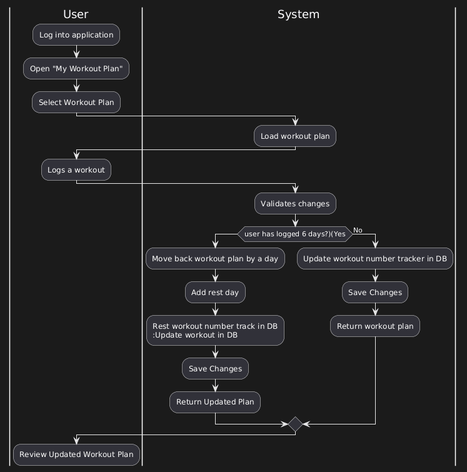
Above: design/activity-diagrams/TC-07 Rest Day Suggestion.png in kevinru2023/Legion-Of-Code (PlantUML), before the change.
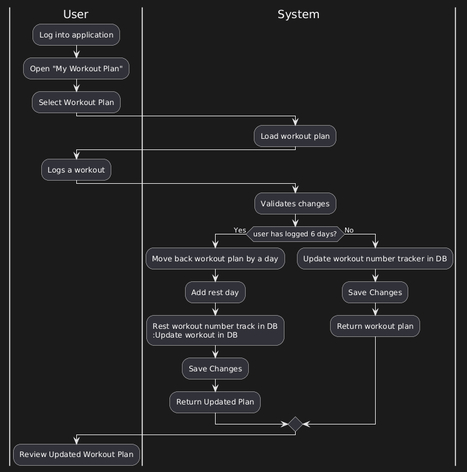
After the change.

The edit, as a diff of the source:
```diff
@@ -12,7 +12,7 @@
 
 |System|
 :Validates changes;
-if (user has logged 6 days?)(Yes)
+if (user has logged 6 days?) then (Yes)
  :Move back workout plan by a day;
  :Add rest day;
  :Rest workout number track in DB
```
